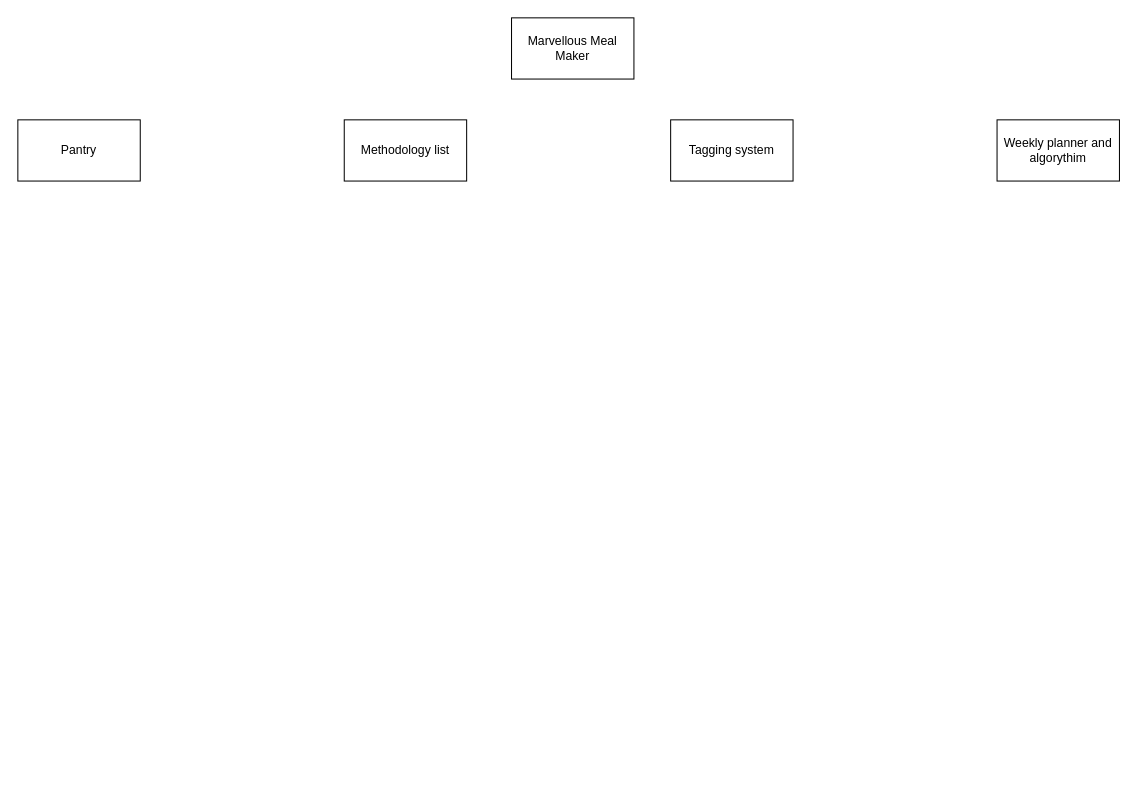
Above: Marvellous Meal Maker.drawio in JessHorserage/Marvellous-Meal-Maker (draw.io), before the change. Source tidied: cells renumbered, new cells numbered last; positions are measured from the earlier drawing's top-left corner, leaving out a move shared by most shapes. Both pictures are drawn from the tidied source at 102%, with x=0, y=0 at pixel (17, 17).
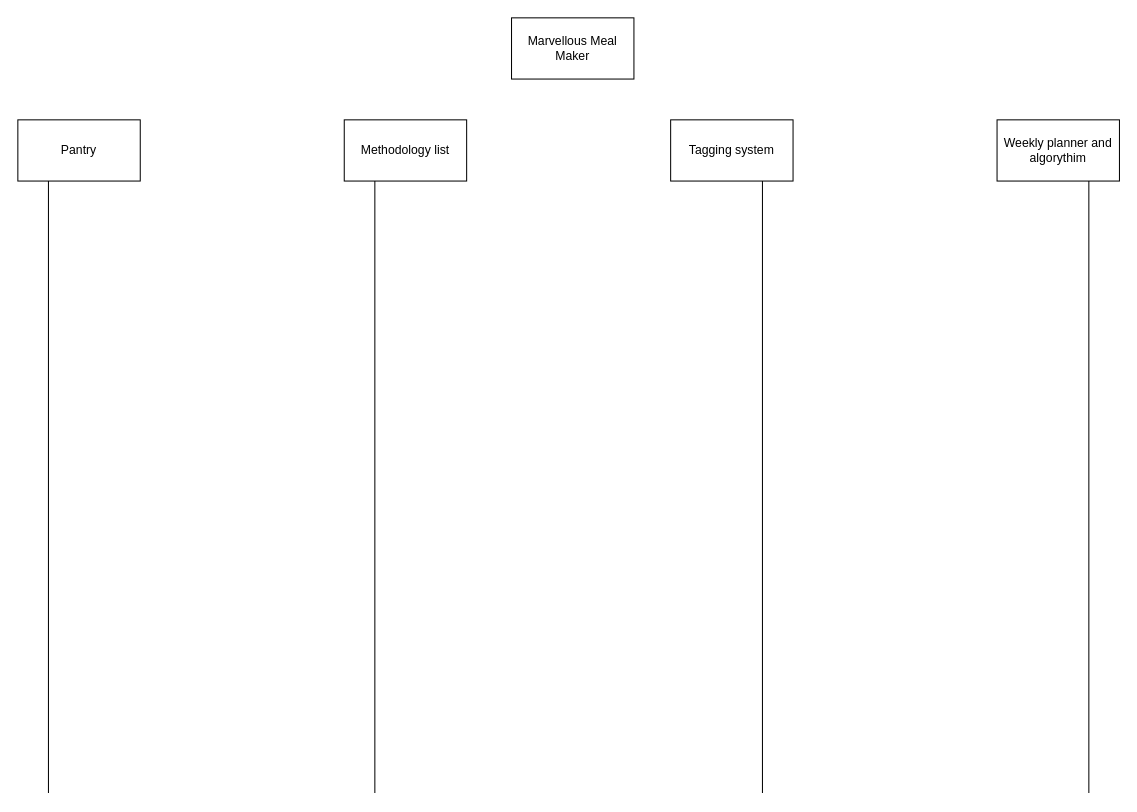
The same page after the edit.

The edit, as a diff of the source:
```diff
@@
 <mxGraphModel>
   <root>
     <mxCell id="0" />
     <mxCell id="1" parent="0" />
     <mxCell id="2" value="Marvellous Meal Maker" style="rounded=0;whiteSpace=wrap;html=1;" parent="1" vertex="1">
       <mxGeometry x="484" width="120" height="60" as="geometry" />
     </mxCell>
     <mxCell id="3" value="Pantry" style="rounded=0;whiteSpace=wrap;html=1;" parent="1" vertex="1">
       <mxGeometry y="100" width="120" height="60" as="geometry" />
     </mxCell>
     <mxCell id="4" value="Methodology list" style="rounded=0;whiteSpace=wrap;html=1;" parent="1" vertex="1">
       <mxGeometry x="320" y="100" width="120" height="60" as="geometry" />
     </mxCell>
     <mxCell id="5" value="Tagging system" style="rounded=0;whiteSpace=wrap;html=1;" parent="1" vertex="1">
       <mxGeometry x="640" y="100" width="120" height="60" as="geometry" />
     </mxCell>
     <mxCell id="6" value="Weekly planner and algorythim" style="rounded=0;whiteSpace=wrap;html=1;" parent="1" vertex="1">
       <mxGeometry x="960" y="100" width="120" height="60" as="geometry" />
     </mxCell>
+    <mxCell id="7" style="endArrow=none;html=1;rounded=0;entryX=0.25;entryY=1;entryDx=0;entryDy=0;" parent="1" edge="1" target="3">
+      <mxGeometry relative="1" as="geometry">
+        <mxPoint x="30" y="760" as="sourcePoint" />
+      </mxGeometry>
+    </mxCell>
+    <mxCell id="8" style="endArrow=none;html=1;rounded=0;entryX=0.25;entryY=1;entryDx=0;entryDy=0;" parent="1" edge="1">
+      <mxGeometry relative="1" as="geometry">
+        <mxPoint x="350" y="760" as="sourcePoint" />
+        <mxPoint x="350" y="160" as="targetPoint" />
+      </mxGeometry>
+    </mxCell>
+    <mxCell id="9" style="endArrow=none;html=1;rounded=0;entryX=0.75;entryY=1;entryDx=0;entryDy=0;" parent="1" edge="1" target="5">
+      <mxGeometry relative="1" as="geometry">
+        <mxPoint x="730" y="760" as="sourcePoint" />
+      </mxGeometry>
+    </mxCell>
+    <mxCell id="10" style="endArrow=none;html=1;rounded=0;entryX=0.75;entryY=1;entryDx=0;entryDy=0;" parent="1" edge="1" target="6">
+      <mxGeometry relative="1" as="geometry">
+        <mxPoint x="1050" y="760" as="sourcePoint" />
+      </mxGeometry>
+    </mxCell>
   </root>
 </mxGraphModel>
```
